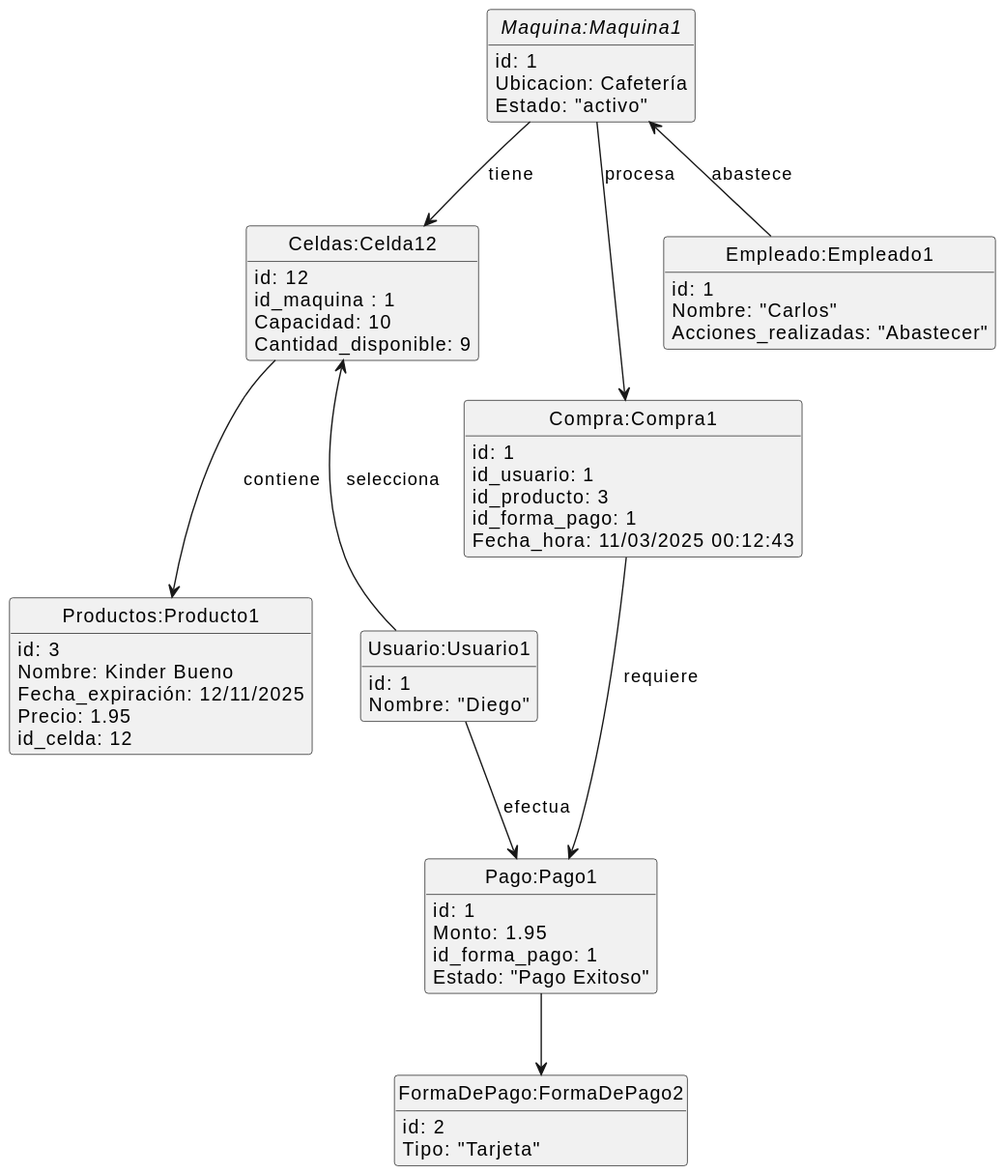
This is documentos/modeloDeDominio/diagramaDeObjetos/diagramaDeObjetos.svg from mmasias/24-25-IdSw2-SDD, a PlantUML export, as it was before one commit. Its diagram source:
```plantuml
@startuml
hide empty members
hide circle
abstract "Maquina:Maquina1"{
    id: 1
    Ubicacion: Cafetería
    Estado: "activo"
}

class "Celdas:Celda12"{
    id: 12
    id_maquina : 1
    Capacidad: 10
    Cantidad_disponible: 9
}

class "Productos:Producto1"{
    id: 3
    Nombre: Kinder Bueno
    Fecha_expiración: 12/11/2025
    Precio: 1.95
    id_celda: 12
}

class "FormaDePago:FormaDePago2"{
    id: 2
    Tipo: "Tarjeta"
}

class "Usuario:Usuario1"{
    id: 1
    Nombre: "Diego"
}

class "Compra:Compra1"{
    id: 1
    id_usuario: 1
    id_producto: 3
    id_forma_pago: 1
    Fecha_hora: 11/03/2025 00:12:43
}

class "Pago:Pago1"{
    id: 1
    Monto: 1.95
    id_forma_pago: 1
    Estado: "Pago Exitoso"
}

class "Empleado:Empleado1"{
   id: 1
   Nombre: "Carlos"
   Acciones_realizadas: "Abastecer"

}





"Maquina:Maquina1" --> "Celdas:Celda12" : tiene
"Celdas:Celda12" --> "Productos:Producto1" : contiene
"Maquina:Maquina1" --> "Compra:Compra1" : procesa
"Compra:Compra1" --> "Pago:Pago1" : requiere
"Usuario:Usuario1" -U-> "Celdas:Celda12" : selecciona
"Usuario:Usuario1" --> "Pago:Pago1" : efectua
"Pago:Pago1" --> "FormaDePago:FormaDePago2"
"Empleado:Empleado1" -U-> "Maquina:Maquina1" : abastece
@enduml
```
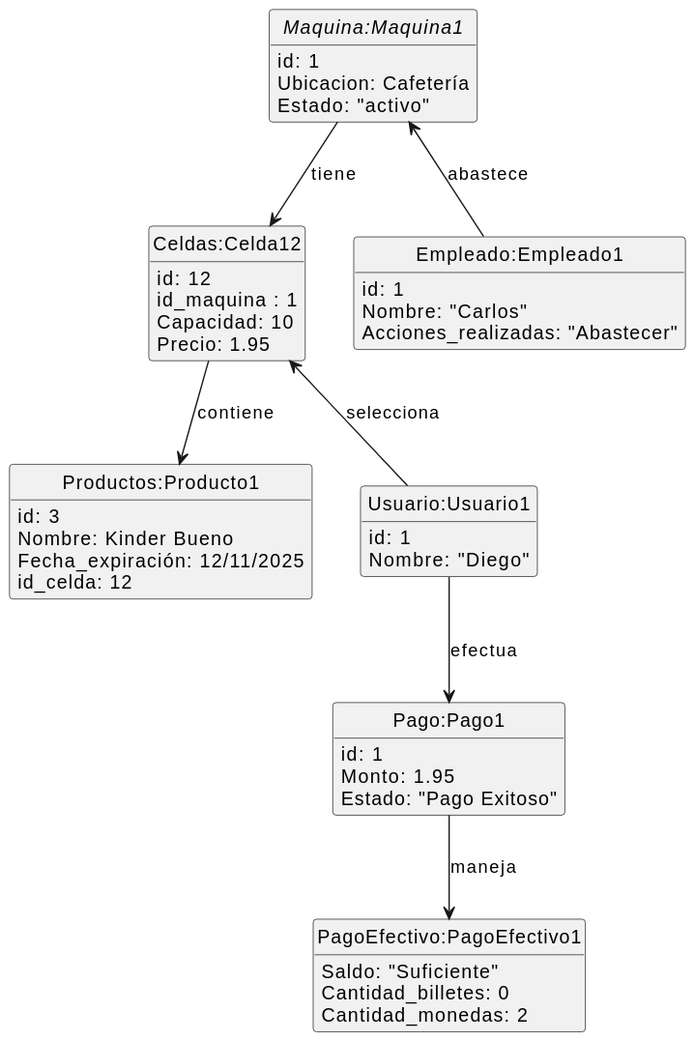
After the commit.

Commit message:
Refactor object diagram: update attributes and relationships

- Removed FormaDePago class and its attributes.
- Updated Productos class to remove Precio attribute.
- Added Precio attribute to Celdas class.
- Removed Compra class and its attributes.
- Introduced PagoEfectivo class with relevant attributes.
- Adjusted relationships between classes to reflect changes.

Change to the diagram source:
```diff
@@ -11,39 +11,26 @@
     id: 12
     id_maquina : 1
     Capacidad: 10
-    Cantidad_disponible: 9
+    Precio: 1.95
 }
 
 class "Productos:Producto1"{
     id: 3
     Nombre: Kinder Bueno
     Fecha_expiración: 12/11/2025
-    Precio: 1.95
     id_celda: 12
 }
 
-class "FormaDePago:FormaDePago2"{
-    id: 2
-    Tipo: "Tarjeta"
-}
 
 class "Usuario:Usuario1"{
     id: 1
     Nombre: "Diego"
 }
 
-class "Compra:Compra1"{
-    id: 1
-    id_usuario: 1
-    id_producto: 3
-    id_forma_pago: 1
-    Fecha_hora: 11/03/2025 00:12:43
-}
 
 class "Pago:Pago1"{
     id: 1
     Monto: 1.95
-    id_forma_pago: 1
     Estado: "Pago Exitoso"
 }
 
@@ -54,16 +41,19 @@
 
 }
 
+class "PagoEfectivo:PagoEfectivo1"{
+    Saldo: "Suficiente"
+    Cantidad_billetes: 0
+    Cantidad_monedas: 2
+}
 
 
 
 
 "Maquina:Maquina1" --> "Celdas:Celda12" : tiene
 "Celdas:Celda12" --> "Productos:Producto1" : contiene
-"Maquina:Maquina1" --> "Compra:Compra1" : procesa
-"Compra:Compra1" --> "Pago:Pago1" : requiere
 "Usuario:Usuario1" -U-> "Celdas:Celda12" : selecciona
 "Usuario:Usuario1" --> "Pago:Pago1" : efectua
-"Pago:Pago1" --> "FormaDePago:FormaDePago2"
 "Empleado:Empleado1" -U-> "Maquina:Maquina1" : abastece
+"Pago:Pago1" -D-> "PagoEfectivo:PagoEfectivo1" : maneja
 @enduml
```
